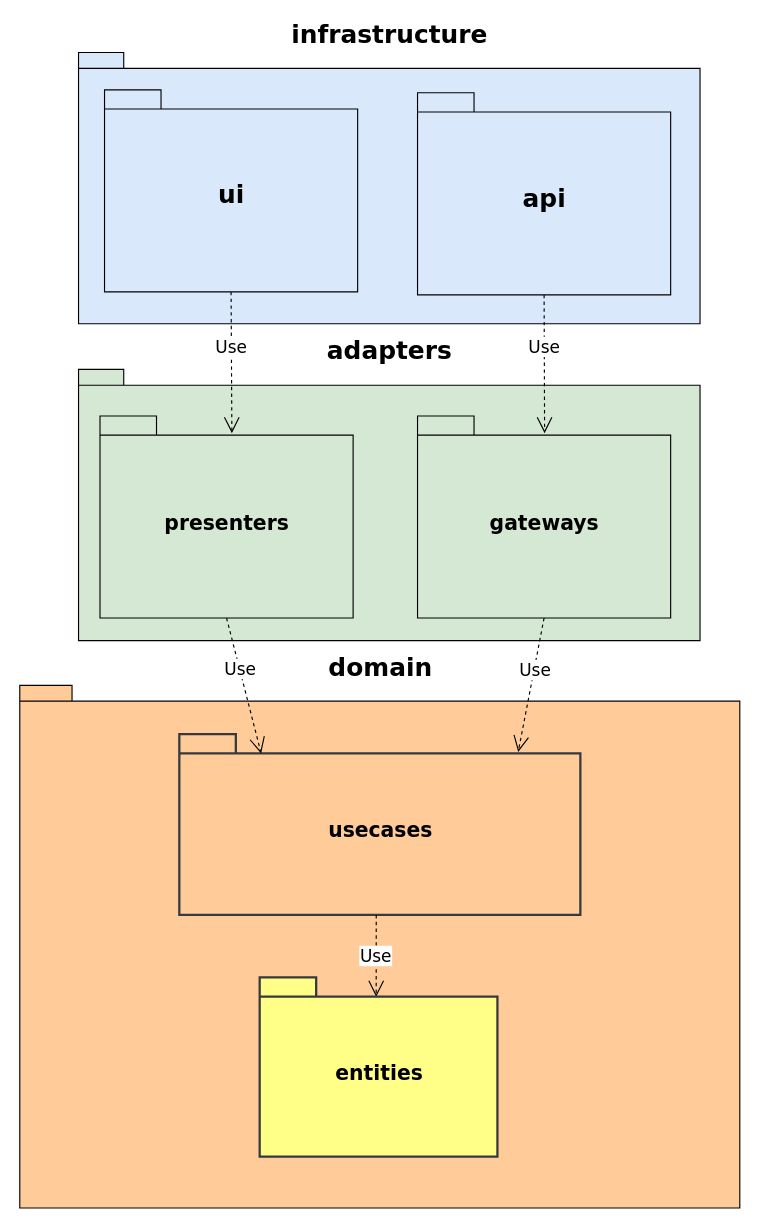
AlexanderLapygin/ca-react-rest-api-starter keeps this draw.io diagram as diagrams/packages-uml.drawio. Above is the earlier version. Source tidied: cells renumbered, new cells numbered last; positions are measured from the earlier drawing's top-left corner, leaving out a move shared by most shapes. Both pictures are drawn from the tidied source at 113%, with x=0, y=0 at pixel (19, 52).
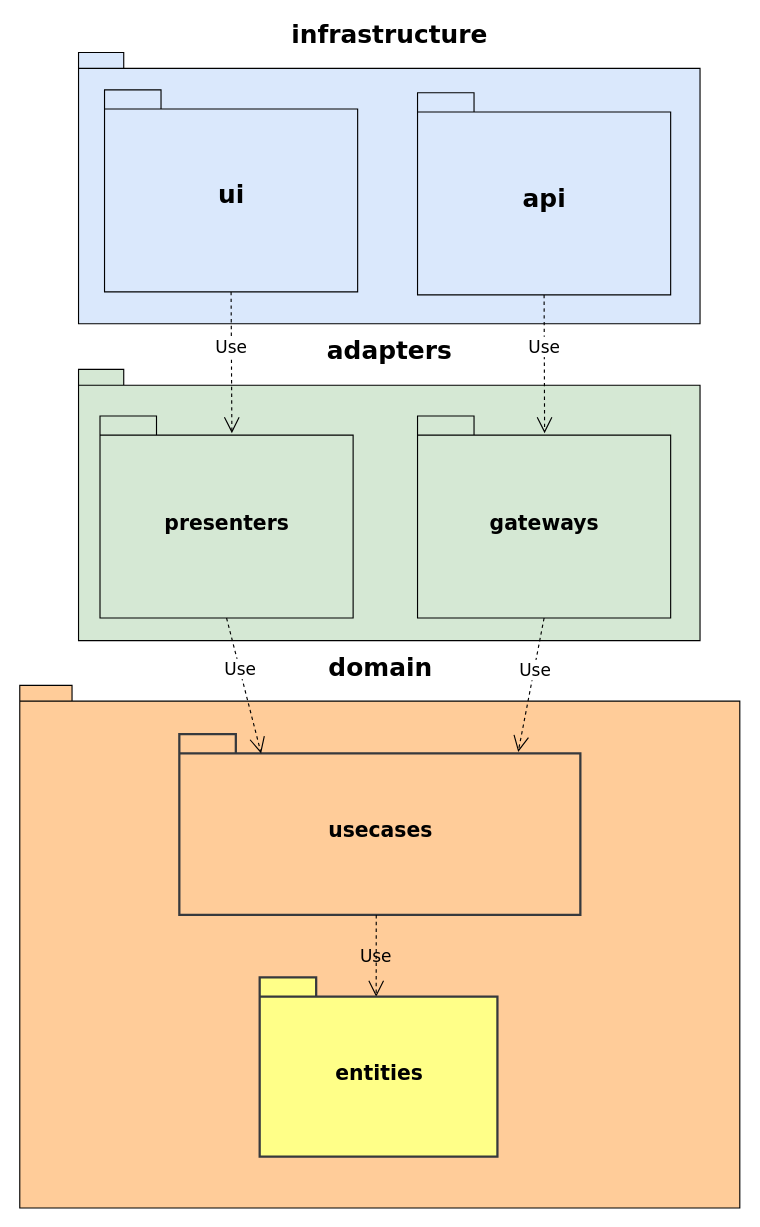
The same diagram, later.

Diff of the diagram source:
```diff
@@
 <mxGraphModel background="#ffffff">
   <root>
     <mxCell id="0" />
     <mxCell id="1" parent="0" />
     <mxCell id="2" value="&lt;font style=&quot;font-size: 22px&quot;&gt;infrastructure&lt;/font&gt;" style="shape=folder;fontStyle=1;spacingTop=10;tabWidth=40;tabHeight=14;tabPosition=left;html=1;fontSize=15;labelPosition=center;verticalLabelPosition=top;align=center;verticalAlign=bottom;fontFamily=Verdana;fillColor=#DAE8FC;strokeColor=#000000;" parent="1" vertex="1">
       <mxGeometry x="52" width="550" height="240" as="geometry" />
     </mxCell>
     <mxCell id="3" style="group;strokeColor=none;" parent="1" vertex="1">
       <mxGeometry y="560" width="637.2" height="462.5" as="geometry" />
     </mxCell>
     <mxCell id="4" value="&lt;font style=&quot;font-size: 22px&quot;&gt;domain&lt;/font&gt;" style="shape=folder;fontStyle=1;spacingTop=10;tabWidth=40;tabHeight=14;tabPosition=left;html=1;fontSize=15;labelPosition=center;verticalLabelPosition=top;align=center;verticalAlign=bottom;fontFamily=Verdana;fillColor=#FFCC99;" parent="3" vertex="1">
       <mxGeometry width="637.2" height="462.5" as="geometry" />
     </mxCell>
     <mxCell id="5" value="&lt;font style=&quot;font-size: 18px&quot;&gt;usecases&lt;/font&gt;" style="shape=folder;fontStyle=1;spacingTop=10;tabWidth=50;tabHeight=17;tabPosition=left;html=1;rounded=0;shadow=0;comic=0;labelBackgroundColor=none;strokeWidth=2;fontFamily=Verdana;fontSize=12;align=center;labelPosition=center;verticalLabelPosition=middle;verticalAlign=middle;fillColor=#ffcc99;strokeColor=#36393d;" parent="3" vertex="1">
       <mxGeometry x="141.2" y="43.1" width="354.9" height="160" as="geometry" />
     </mxCell>
-    <mxCell id="6" value="Use" style="endArrow=open;endSize=12;dashed=1;html=1;fontFamily=Verdana;fontSize=15;entryX=0.49;entryY=0.108;entryDx=0;entryDy=0;entryPerimeter=0;exitX=0.491;exitY=1.001;exitDx=0;exitDy=0;exitPerimeter=0;" parent="3" edge="1" source="5" target="8">
+    <mxCell id="6" value="Use" style="endArrow=open;endSize=12;dashed=1;html=1;fontFamily=Verdana;fontSize=15;entryX=0.49;entryY=0.108;entryDx=0;entryDy=0;entryPerimeter=0;exitX=0.491;exitY=1.001;exitDx=0;exitDy=0;exitPerimeter=0;labelBackgroundColor=none;" parent="3" edge="1" source="5" target="8">
       <mxGeometry relative="1" as="geometry" />
     </mxCell>
     <mxCell id="7" style="group;fontSize=13;labelPosition=center;verticalLabelPosition=middle;align=center;verticalAlign=middle;fillColor=none;strokeColor=none;strokeWidth=2;" parent="3" vertex="1">
       <mxGeometry x="150" y="246.7" width="330.7" height="182.1" as="geometry" />
     </mxCell>
     <mxCell id="8" value="&lt;font style=&quot;font-size: 18px&quot;&gt;entities&lt;/font&gt;" style="shape=folder;fontStyle=1;spacingTop=10;tabWidth=50;tabHeight=17;tabPosition=left;html=1;rounded=0;shadow=0;comic=0;labelBackgroundColor=none;strokeWidth=2;fontFamily=Verdana;fontSize=10;align=center;labelPosition=center;verticalLabelPosition=middle;verticalAlign=middle;fillColor=#ffff88;strokeColor=#36393d;" parent="7" vertex="1">
       <mxGeometry x="62.3" y="11.7" width="210.4" height="158.7" as="geometry" />
     </mxCell>
     <mxCell id="9" value="&lt;font style=&quot;font-size: 22px&quot;&gt;adapters&lt;/font&gt;" style="shape=folder;fontStyle=1;spacingTop=10;tabWidth=40;tabHeight=14;tabPosition=left;html=1;fontSize=15;labelPosition=center;verticalLabelPosition=top;align=center;verticalAlign=bottom;fontFamily=Verdana;fillColor=#d5e8d4;strokeColor=#000000;" parent="1" vertex="1">
       <mxGeometry x="52" y="280.4" width="550" height="240" as="geometry" />
     </mxCell>
     <mxCell id="10" value="&lt;font style=&quot;font-size: 18px&quot;&gt;presenters&lt;/font&gt;" style="shape=folder;fontStyle=1;spacingTop=10;tabWidth=50;tabHeight=17;tabPosition=left;html=1;rounded=0;shadow=0;comic=0;labelBackgroundColor=none;strokeWidth=1;fontFamily=Verdana;fontSize=10;align=center;labelPosition=center;verticalLabelPosition=middle;verticalAlign=middle;fillColor=#d5e8d4;strokeColor=#000000;" parent="1" vertex="1">
       <mxGeometry x="71" y="321.6" width="224" height="178.8" as="geometry" />
     </mxCell>
     <mxCell id="11" style="group;fillColor=#d5e8d4;strokeColor=none;" parent="1" vertex="1">
       <mxGeometry x="352" y="321.6" width="224" height="178.8" as="geometry" />
     </mxCell>
     <mxCell id="12" value="&lt;font style=&quot;font-size: 18px&quot;&gt;gateways&lt;/font&gt;" style="shape=folder;fontStyle=1;spacingTop=10;tabWidth=50;tabHeight=17;tabPosition=left;html=1;rounded=0;shadow=0;comic=0;labelBackgroundColor=none;strokeWidth=1;fontFamily=Verdana;fontSize=10;align=center;labelPosition=center;verticalLabelPosition=middle;verticalAlign=middle;fillColor=#d5e8d4;strokeColor=#000000;" parent="11" vertex="1">
       <mxGeometry width="224" height="178.8" as="geometry" />
     </mxCell>
     <mxCell id="13" value="&lt;font style=&quot;font-size: 22px&quot;&gt;ui&lt;/font&gt;" style="shape=folder;fontStyle=1;spacingTop=10;tabWidth=50;tabHeight=17;tabPosition=left;html=1;rounded=0;shadow=0;comic=0;labelBackgroundColor=none;strokeWidth=1;fontFamily=Verdana;fontSize=18;align=center;labelPosition=center;verticalLabelPosition=middle;verticalAlign=middle;fillColor=#dae8fc;strokeColor=#000000;" parent="1" vertex="1">
       <mxGeometry x="75" y="33" width="224" height="178.8" as="geometry" />
     </mxCell>
     <mxCell id="14" value="Use" style="endArrow=open;endSize=12;dashed=1;html=1;fontFamily=Verdana;fontSize=15;exitX=0.5;exitY=1;exitDx=0;exitDy=0;exitPerimeter=0;entryX=0.521;entryY=0.085;entryDx=0;entryDy=0;entryPerimeter=0;" parent="1" edge="1" source="13" target="10">
       <mxGeometry x="-0.23" relative="1" as="geometry" />
     </mxCell>
     <mxCell id="15" value="Use" style="endArrow=open;endSize=12;dashed=1;html=1;fontFamily=Verdana;fontSize=15;exitX=0.5;exitY=1;exitDx=0;exitDy=0;exitPerimeter=0;entryX=0.845;entryY=0.099;entryDx=0;entryDy=0;entryPerimeter=0;" parent="1" edge="1" source="12" target="5">
       <mxGeometry x="-0.24" y="1" relative="1" as="geometry" />
     </mxCell>
     <mxCell id="16" value="Use" style="endArrow=open;endSize=12;dashed=1;html=1;fontFamily=Verdana;fontSize=15;exitX=0.5;exitY=1;exitDx=0;exitDy=0;exitPerimeter=0;entryX=0.502;entryY=0.085;entryDx=0;entryDy=0;entryPerimeter=0;" parent="1" edge="1" source="17" target="12">
       <mxGeometry x="-0.25" relative="1" as="geometry" />
     </mxCell>
     <mxCell id="17" value="&lt;font style=&quot;font-size: 22px&quot;&gt;api&lt;/font&gt;" style="shape=folder;fontStyle=1;spacingTop=10;tabWidth=50;tabHeight=17;tabPosition=left;html=1;rounded=0;shadow=0;comic=0;labelBackgroundColor=none;strokeWidth=1;fontFamily=Verdana;fontSize=18;align=center;labelPosition=center;verticalLabelPosition=middle;verticalAlign=middle;fillColor=#dae8fc;strokeColor=#000000;" parent="1" vertex="1">
       <mxGeometry x="352" y="35.6" width="224" height="178.8" as="geometry" />
     </mxCell>
     <mxCell id="18" value="Use" style="endArrow=open;endSize=12;dashed=1;html=1;fontFamily=Verdana;fontSize=15;exitX=0.5;exitY=1;exitDx=0;exitDy=0;exitPerimeter=0;entryX=0.204;entryY=0.107;entryDx=0;entryDy=0;entryPerimeter=0;" parent="1" edge="1" source="10" target="5">
       <mxGeometry x="-0.25" y="1" relative="1" as="geometry" />
     </mxCell>
   </root>
 </mxGraphModel>
```
